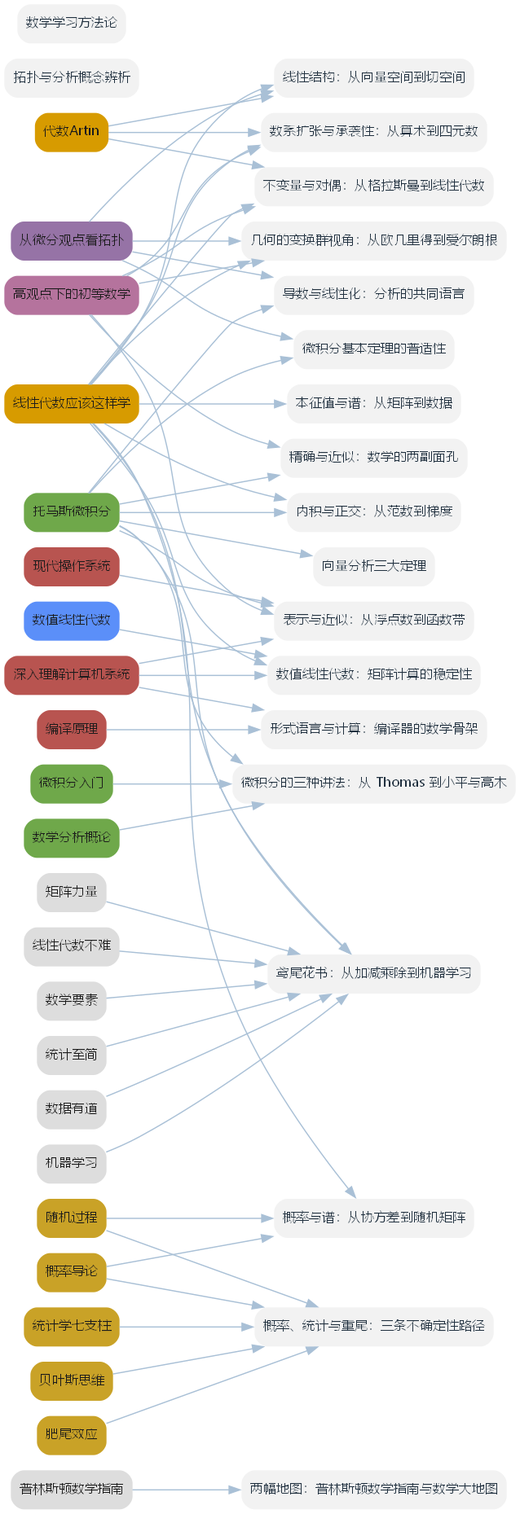
Above: book/figures/fig-bridges.png in lyp0746/lyp-notes (Graphviz), before the change. Its source is kept beside it as book/figures/fig-bridges.dot.
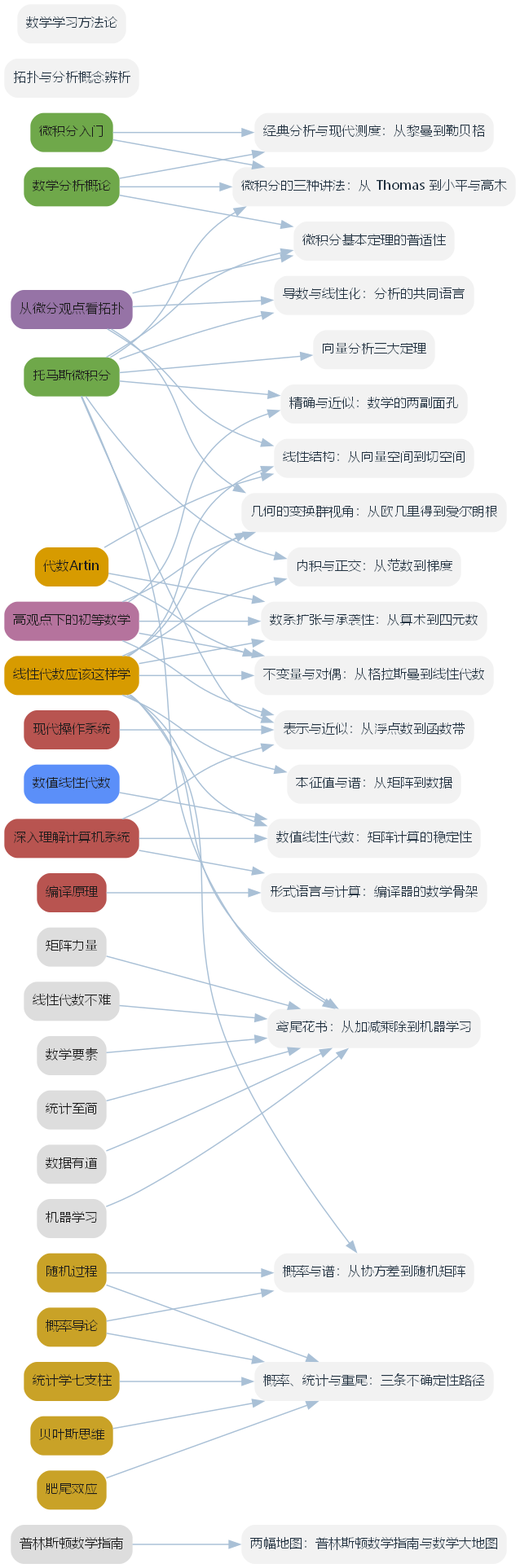
After the commit.

Diff of the diagram source:
```diff
@@ -45,6 +45,7 @@
   T_17 [label="微积分的三种讲法：从 Thomas 到小平与高木", fillcolor="#F2F2F2", fontcolor="#20303F"];
   T_18 [label="两幅地图：普林斯顿数学指南与数学大地图", fillcolor="#F2F2F2", fontcolor="#20303F"];
   T_19 [label="鸢尾花书：从加减乘除到机器学习", fillcolor="#F2F2F2", fontcolor="#20303F"];
+  T_20 [label="经典分析与现代测度：从黎曼到勒贝格", fillcolor="#F2F2F2", fontcolor="#20303F"];
   B_CA -> T_0;
   B_DT -> T_0;
   B_LA -> T_1;
@@ -87,6 +88,9 @@
   B_CA -> T_17;
   B_CM -> T_17;
   B_MA -> T_17;
+  B_MA -> T_20;
+  B_CM -> T_20;
+  B_MA -> T_4;
   B_PCM -> T_18;
   B_MX -> T_19;
   B_LNA -> T_19;
```
